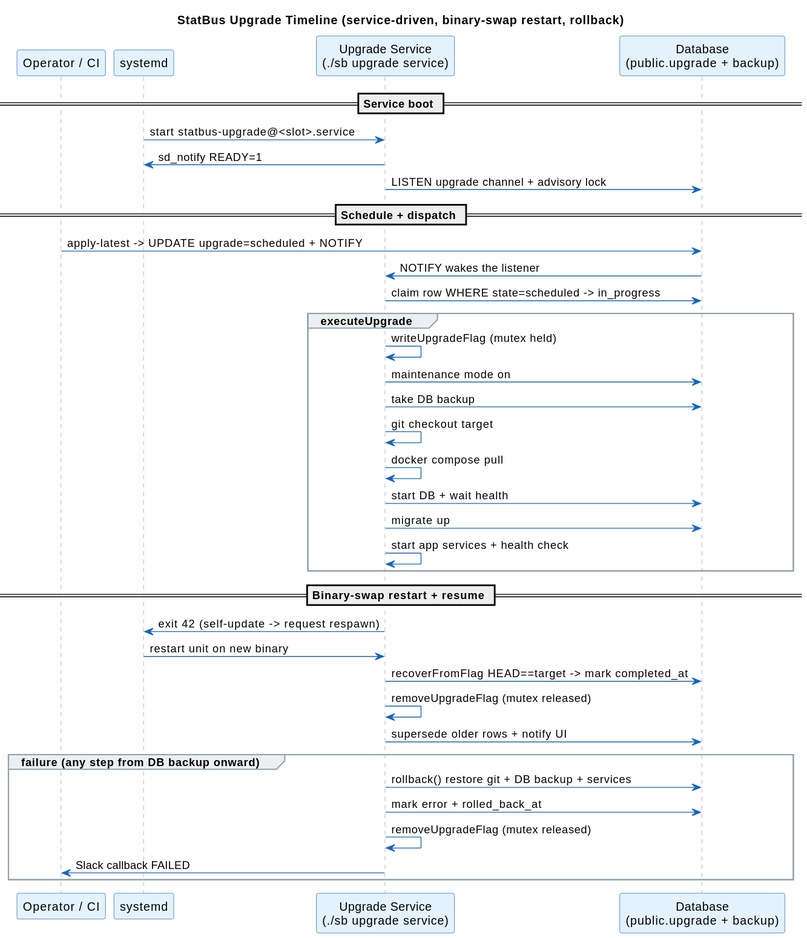
This is doc/diagrams/upgrade-timeline.svg from statisticsnorway/statbus, a PlantUML export, as it was before one commit.
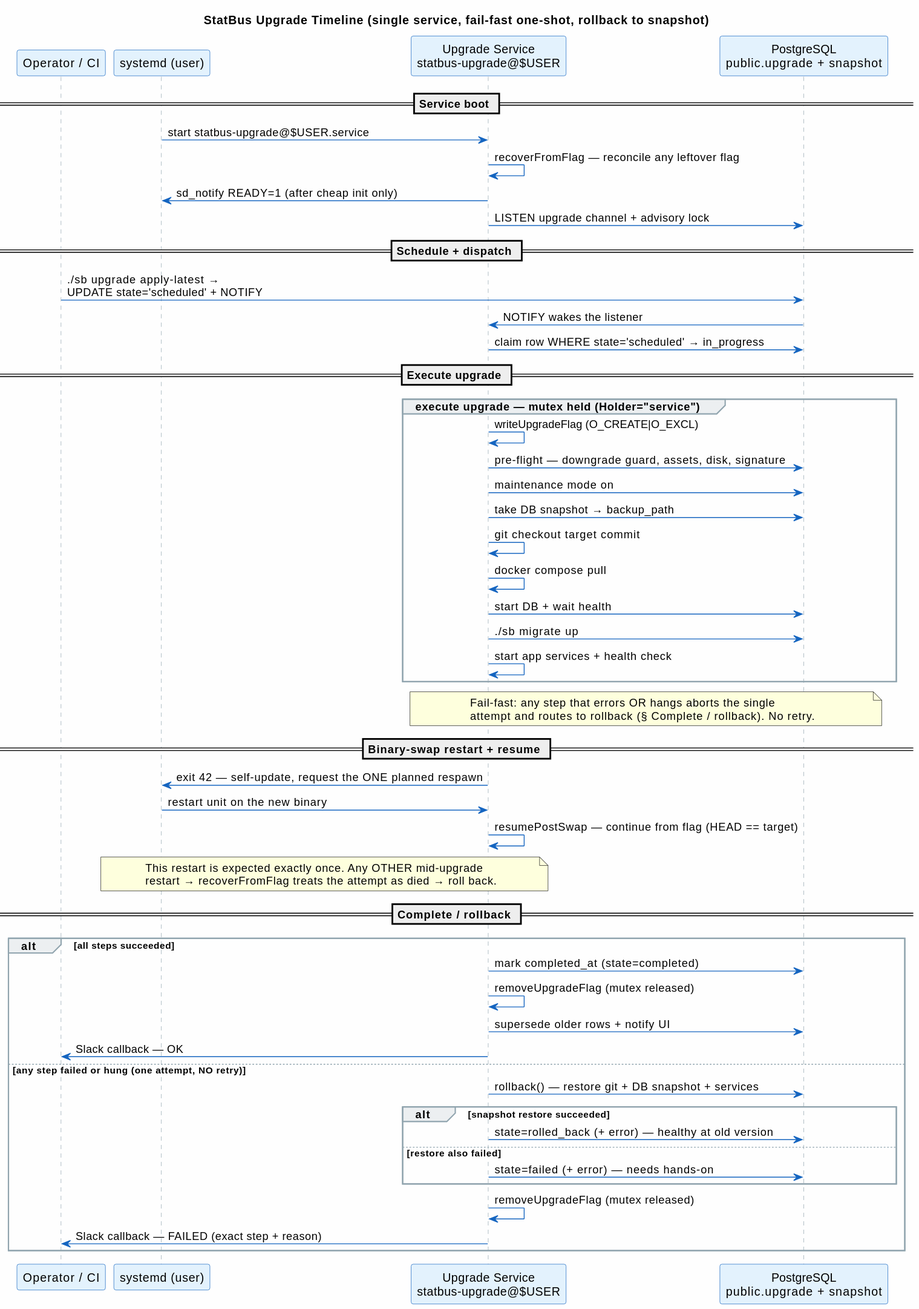
The same diagram one commit later.

Commit message:
doc: single authoritative upgrade-timeline.md (PlantUML; fold upgrade-system + install-mutex)

Change to the diagram source:
```diff
@@ -9,45 +9,64 @@
     GroupBorderColor #90A4AE
 }
 
-title StatBus Upgrade Timeline (service-driven, binary-swap restart, rollback)
+title StatBus Upgrade Timeline (single service, fail-fast one-shot, rollback to snapshot)
 
 participant "Operator / CI" as cici
-participant "systemd" as systemd
-participant "Upgrade Service\n(./sb upgrade service)" as service
-participant "Database\n(public.upgrade + backup)" as db
+participant "systemd (user)" as systemd
+participant "Upgrade Service\nstatbus-upgrade@$USER" as service
+participant "PostgreSQL\npublic.upgrade + snapshot" as db
 
 == Service boot ==
-systemd -> service : start statbus-upgrade@<slot>.service
-service -> systemd : sd_notify READY=1
+systemd -> service : start statbus-upgrade@$USER.service
+service -> service : recoverFromFlag — reconcile any leftover flag
+service -> systemd : sd_notify READY=1 (after cheap init only)
 service -> db : LISTEN upgrade channel + advisory lock
 
 == Schedule + dispatch ==
-cici -> db : apply-latest -> UPDATE upgrade=scheduled + NOTIFY
+cici -> db : ./sb upgrade apply-latest →\nUPDATE state='scheduled' + NOTIFY
 db -> service : NOTIFY wakes the listener
-service -> db : claim row WHERE state=scheduled -> in_progress
+service -> db : claim row WHERE state='scheduled' → in_progress
 
-group executeUpgrade
-    service -> service : writeUpgradeFlag (mutex held)
+== Execute upgrade ==
+group execute upgrade — mutex held (Holder="service")
+    service -> service : writeUpgradeFlag (O_CREATE|O_EXCL)
+    service -> db : pre-flight — downgrade guard, assets, disk, signature
     service -> db : maintenance mode on
-    service -> db : take DB backup
-    service -> service : git checkout target
+    service -> db : take DB snapshot → backup_path
+    service -> service : git checkout target commit
     service -> service : docker compose pull
     service -> db : start DB + wait health
-    service -> db : migrate up
+    service -> db : ./sb migrate up
     service -> service : start app services + health check
 end
+note over service, db
+  Fail-fast: any step that errors OR hangs aborts the single
+  attempt and routes to rollback (§ Complete / rollback). No retry.
+end note
 
 == Binary-swap restart + resume ==
-service -> systemd : exit 42 (self-update -> request respawn)
-systemd -> service : restart unit on new binary
-service -> db : recoverFromFlag HEAD==target -> mark completed_at
-service -> service : removeUpgradeFlag (mutex released)
-service -> db : supersede older rows + notify UI
+service -> systemd : exit 42 — self-update, request the ONE planned respawn
+systemd -> service : restart unit on the new binary
+service -> service : resumePostSwap — continue from flag (HEAD == target)
+note over systemd, service
+  This restart is expected exactly once. Any OTHER mid-upgrade
+  restart → recoverFromFlag treats the attempt as died → roll back.
+end note
 
-group failure (any step from DB backup onward)
-    service -> db : rollback() restore git + DB backup + services
-    service -> db : mark error + rolled_back_at
+== Complete / rollback ==
+alt all steps succeeded
+    service -> db : mark completed_at (state=completed)
     service -> service : removeUpgradeFlag (mutex released)
-    service -> cici : Slack callback FAILED
+    service -> db : supersede older rows + notify UI
+    service -> cici : Slack callback — OK
+else any step failed or hung (one attempt, NO retry)
+    service -> db : rollback() — restore git + DB snapshot + services
+    alt snapshot restore succeeded
+        service -> db : state=rolled_back (+ error) — healthy at old version
+    else restore also failed
+        service -> db : state=failed (+ error) — needs hands-on
+    end
+    service -> service : removeUpgradeFlag (mutex released)
+    service -> cici : Slack callback — FAILED (exact step + reason)
 end
 @enduml
```
